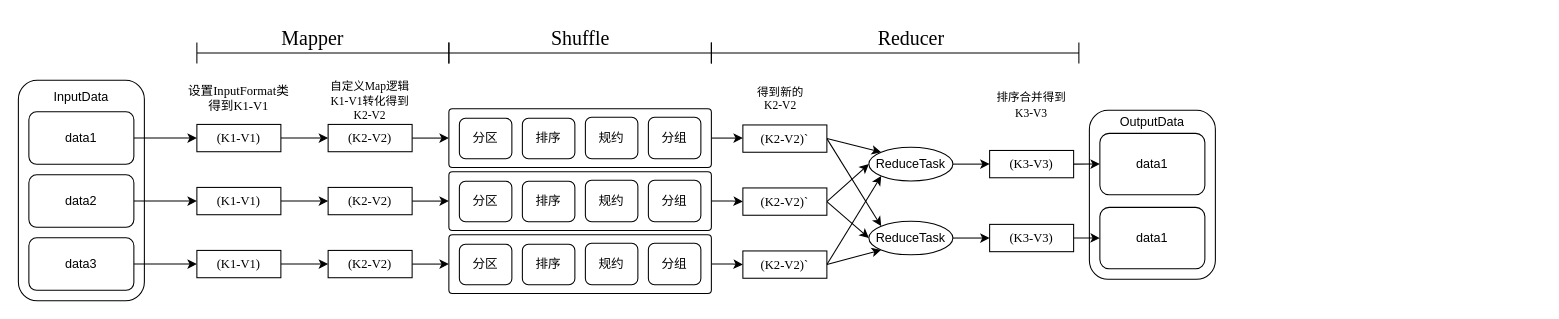
This is 2025/11/30/MapReduce基础项目——wordcount解析/未命名绘图.drawio from MinigolferCN/MinigolferCN.github.io, a draw.io file, before an edit. Source tidied: cells renumbered, new cells numbered last; positions are measured from the earlier drawing's top-left corner, leaving out a move shared by most shapes. Both pictures are drawn from the tidied source at 105%, with x=0, y=0 at pixel (18, 18).
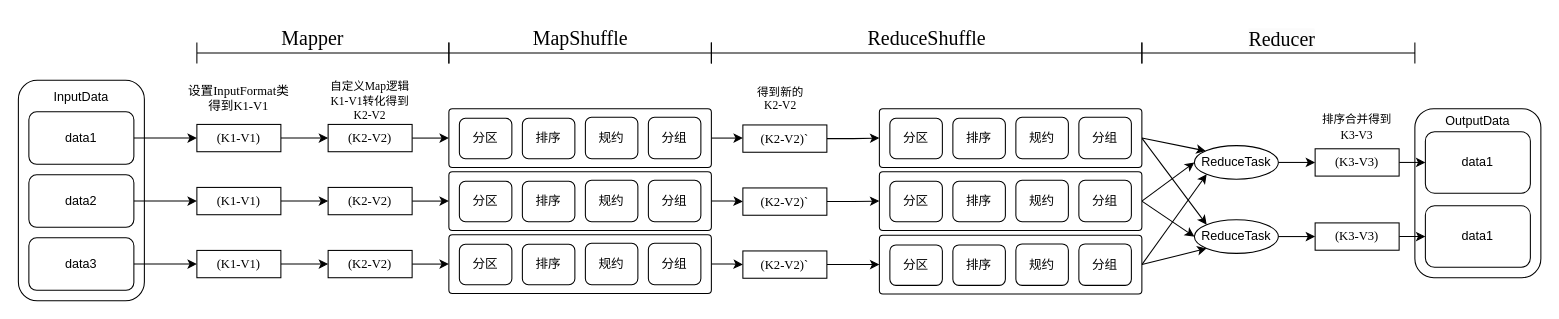
Above is the later version.

The change refers to these unchanged cells:
```xml
<mxCell id="45" value="(K2-V2)`" style="rounded=0;whiteSpace=wrap;html=1;fontFamily=Times New Roman;" parent="1" vertex="1">
  <mxGeometry x="690" y="101.5" width="80" height="26" as="geometry" />
</mxCell>
<mxCell id="48" value="(K2-V2)`" style="rounded=0;whiteSpace=wrap;html=1;fontFamily=Times New Roman;" parent="1" vertex="1">
  <mxGeometry x="690" y="161.5" width="80" height="26" as="geometry" />
</mxCell>
<mxCell id="51" value="(K2-V2)`" style="rounded=0;whiteSpace=wrap;html=1;fontFamily=Times New Roman;" parent="1" vertex="1">
  <mxGeometry x="690" y="221.5" width="80" height="26" as="geometry" />
</mxCell>
```

Diff of the diagram source:
```diff
@@
     <mxCell id="2" style="rounded=1;whiteSpace=wrap;html=1;" parent="1" vertex="1">
-      <mxGeometry x="1020" y="87.5" width="120" height="161" as="geometry" />
+      <mxGeometry x="1330" y="86" width="120" height="161" as="geometry" />
     </mxCell>
@@
-    <mxCell id="43" style="rounded=0;jettySize=auto;html=1;exitX=1;exitY=0.5;exitDx=0;exitDy=0;entryX=0;entryY=0;entryDx=0;entryDy=0;" parent="1" edge="1" source="45" target="54">
-      <mxGeometry relative="1" as="geometry" />
-    </mxCell>
-    <mxCell id="44" style="rounded=0;jettySize=auto;html=1;exitX=1;exitY=0.5;exitDx=0;exitDy=0;entryX=0;entryY=0;entryDx=0;entryDy=0;" parent="1" edge="1" source="45" target="56">
-      <mxGeometry relative="1" as="geometry" />
-    </mxCell>
+    <mxCell id="71" style="edgeStyle=orthogonalEdgeStyle;rounded=0;jettySize=auto;html=1;exitX=1;exitY=0.5;exitDx=0;exitDy=0;entryX=0;entryY=0.5;entryDx=0;entryDy=0;" parent="1" edge="1" source="45" target="90">
+      <mxGeometry relative="1" as="geometry" />
+    </mxCell>
@@
-    <mxCell id="46" style="rounded=0;jettySize=auto;html=1;exitX=1;exitY=0.5;exitDx=0;exitDy=0;entryX=0;entryY=0.5;entryDx=0;entryDy=0;" parent="1" edge="1" source="48" target="54">
-      <mxGeometry relative="1" as="geometry" />
-    </mxCell>
-    <mxCell id="47" style="rounded=0;jettySize=auto;html=1;exitX=1;exitY=0.5;exitDx=0;exitDy=0;entryX=0;entryY=0.5;entryDx=0;entryDy=0;" parent="1" edge="1" source="48" target="56">
-      <mxGeometry relative="1" as="geometry" />
-    </mxCell>
+    <mxCell id="72" style="edgeStyle=orthogonalEdgeStyle;rounded=0;jettySize=auto;html=1;exitX=1;exitY=0.5;exitDx=0;exitDy=0;entryX=0;entryY=0.5;entryDx=0;entryDy=0;" parent="1" edge="1" source="48" target="83">
+      <mxGeometry relative="1" as="geometry" />
+    </mxCell>
@@
-    <mxCell id="49" style="rounded=0;jettySize=auto;html=1;exitX=1;exitY=0.5;exitDx=0;exitDy=0;entryX=0;entryY=1;entryDx=0;entryDy=0;" parent="1" edge="1" source="51" target="54">
-      <mxGeometry relative="1" as="geometry" />
-    </mxCell>
-    <mxCell id="50" style="rounded=0;jettySize=auto;html=1;exitX=1;exitY=0.5;exitDx=0;exitDy=0;entryX=0;entryY=1;entryDx=0;entryDy=0;" parent="1" edge="1" source="51" target="56">
-      <mxGeometry relative="1" as="geometry" />
-    </mxCell>
+    <mxCell id="73" style="edgeStyle=orthogonalEdgeStyle;rounded=0;jettySize=auto;html=1;exitX=1;exitY=0.5;exitDx=0;exitDy=0;entryX=0;entryY=0.5;entryDx=0;entryDy=0;" parent="1" edge="1" source="51" target="76">
+      <mxGeometry relative="1" as="geometry" />
+    </mxCell>
@@
     <mxCell id="54" value="ReduceTask" style="ellipse;whiteSpace=wrap;html=1;" parent="1" vertex="1">
-      <mxGeometry x="810" y="122.8" width="80" height="32" as="geometry" />
+      <mxGeometry x="1120" y="121.2" width="80" height="32" as="geometry" />
     </mxCell>
@@
     <mxCell id="56" value="ReduceTask" style="ellipse;whiteSpace=wrap;html=1;" parent="1" vertex="1">
-      <mxGeometry x="810" y="193.2" width="80" height="32" as="geometry" />
+      <mxGeometry x="1120" y="191.8" width="80" height="32" as="geometry" />
     </mxCell>
@@
     <mxCell id="58" value="(K3-V3)" style="rounded=0;whiteSpace=wrap;html=1;fontFamily=Times New Roman;" parent="1" vertex="1">
-      <mxGeometry x="925" y="125.8" width="80" height="26" as="geometry" />
+      <mxGeometry x="1235" y="124.2" width="80" height="26" as="geometry" />
     </mxCell>
@@
     <mxCell id="60" value="(K3-V3)" style="rounded=0;whiteSpace=wrap;html=1;fontFamily=Times New Roman;" parent="1" vertex="1">
-      <mxGeometry x="925" y="196.2" width="80" height="26" as="geometry" />
+      <mxGeometry x="1235" y="194.8" width="80" height="26" as="geometry" />
     </mxCell>
     <mxCell id="61" value="&lt;span style=&quot;font-size: 11px;&quot;&gt;排序合并得到&lt;/span&gt;&lt;div&gt;&lt;span style=&quot;font-size: 11px;&quot;&gt;K3-V3&lt;/span&gt;&lt;/div&gt;" style="text;html=1;align=center;verticalAlign=middle;whiteSpace=wrap;rounded=0;fontFamily=Times New Roman;" parent="1" vertex="1">
-      <mxGeometry x="910" y="60" width="110" height="43" as="geometry" />
+      <mxGeometry x="1220" y="81.2" width="110" height="43" as="geometry" />
     </mxCell>
     <mxCell id="62" value="data1" style="rounded=1;whiteSpace=wrap;html=1;" parent="1" vertex="1">
-      <mxGeometry x="1030" y="109.5" width="100" height="58.5" as="geometry" />
+      <mxGeometry x="1340" y="108" width="100" height="58.5" as="geometry" />
     </mxCell>
     <mxCell id="63" value="OutputData" style="text;html=1;align=center;verticalAlign=middle;whiteSpace=wrap;rounded=0;" parent="1" vertex="1">
-      <mxGeometry x="1050" y="84" width="60" height="30" as="geometry" />
+      <mxGeometry x="1360" y="82.5" width="60" height="30" as="geometry" />
     </mxCell>
     <mxCell id="64" value="data1" style="rounded=1;whiteSpace=wrap;html=1;" parent="1" vertex="1">
-      <mxGeometry x="1030" y="180" width="100" height="58.5" as="geometry" />
+      <mxGeometry x="1340" y="178.5" width="100" height="58.5" as="geometry" />
     </mxCell>
@@
-    <mxCell id="68" value="&lt;font face=&quot;Times New Roman&quot; style=&quot;font-size: 19px;&quot;&gt;Shuffle&lt;/font&gt;" style="text;html=1;align=center;verticalAlign=middle;strokeColor=none;fillColor=none;fontSize=19;" parent="1" vertex="1">
-      <mxGeometry x="495" width="80" height="40" as="geometry" />
+    <mxCell id="68" value="&lt;font face=&quot;Times New Roman&quot; style=&quot;font-size: 19px;&quot;&gt;MapShuffle&lt;/font&gt;" style="text;html=1;align=center;verticalAlign=middle;strokeColor=none;fillColor=none;fontSize=19;" parent="1" vertex="1">
+      <mxGeometry x="480" width="110" height="40" as="geometry" />
     </mxCell>
     <mxCell id="69" style="shape=crossbar;whiteSpace=wrap;html=1;rounded=1;" parent="1" vertex="1">
-      <mxGeometry x="660" y="23" width="350" height="20" as="geometry" />
+      <mxGeometry x="660" y="23" width="410" height="20" as="geometry" />
     </mxCell>
-    <mxCell id="70" value="&lt;font face=&quot;Times New Roman&quot; style=&quot;font-size: 19px;&quot;&gt;Reducer&lt;/font&gt;" style="text;html=1;align=center;verticalAlign=middle;strokeColor=none;fillColor=none;fontSize=19;" parent="1" vertex="1">
-      <mxGeometry x="805" width="90" height="40" as="geometry" />
+    <mxCell id="70" value="&lt;font face=&quot;Times New Roman&quot; style=&quot;font-size: 19px;&quot;&gt;ReduceShuffle&lt;/font&gt;" style="text;html=1;align=center;verticalAlign=middle;strokeColor=none;fillColor=none;fontSize=19;" parent="1" vertex="1">
+      <mxGeometry x="795" width="140" height="40" as="geometry" />
     </mxCell>
+    <mxCell id="74" style="rounded=0;jettySize=auto;html=1;exitX=1;exitY=0.5;exitDx=0;exitDy=0;entryX=0;entryY=1;entryDx=0;entryDy=0;" parent="1" edge="1" source="76" target="56">
+      <mxGeometry relative="1" as="geometry" />
+    </mxCell>
+    <mxCell id="75" style="rounded=0;jettySize=auto;html=1;exitX=1;exitY=0.5;exitDx=0;exitDy=0;entryX=0;entryY=1;entryDx=0;entryDy=0;" parent="1" edge="1" source="76" target="54">
+      <mxGeometry relative="1" as="geometry" />
+    </mxCell>
+    <mxCell id="76" style="rounded=1;whiteSpace=wrap;html=1;arcSize=6;" parent="1" vertex="1">
+      <mxGeometry x="820" y="206.5" width="250" height="56" as="geometry" />
+    </mxCell>
+    <mxCell id="77" value="分区" style="rounded=1;whiteSpace=wrap;html=1;" parent="1" vertex="1">
+      <mxGeometry x="830" y="215.8" width="50" height="38.5" as="geometry" />
+    </mxCell>
+    <mxCell id="78" value="排序" style="rounded=1;whiteSpace=wrap;html=1;" parent="1" vertex="1">
+      <mxGeometry x="890" y="215.8" width="50" height="38.5" as="geometry" />
+    </mxCell>
+    <mxCell id="79" value="规约" style="rounded=1;whiteSpace=wrap;html=1;" parent="1" vertex="1">
+      <mxGeometry x="950" y="214.8" width="50" height="39.5" as="geometry" />
+    </mxCell>
+    <mxCell id="80" value="分组" style="rounded=1;whiteSpace=wrap;html=1;" parent="1" vertex="1">
+      <mxGeometry x="1010" y="214.8" width="50" height="39.5" as="geometry" />
+    </mxCell>
+    <mxCell id="81" style="rounded=0;jettySize=auto;html=1;exitX=1;exitY=0.5;exitDx=0;exitDy=0;entryX=0;entryY=0.5;entryDx=0;entryDy=0;" parent="1" edge="1" source="83" target="54">
+      <mxGeometry relative="1" as="geometry" />
+    </mxCell>
+    <mxCell id="82" style="rounded=0;jettySize=auto;html=1;exitX=1;exitY=0.5;exitDx=0;exitDy=0;entryX=0;entryY=0.5;entryDx=0;entryDy=0;" parent="1" edge="1" source="83" target="56">
+      <mxGeometry relative="1" as="geometry" />
+    </mxCell>
+    <mxCell id="83" style="rounded=1;whiteSpace=wrap;html=1;arcSize=6;" parent="1" vertex="1">
+      <mxGeometry x="820" y="146" width="250" height="56" as="geometry" />
+    </mxCell>
+    <mxCell id="84" value="分区" style="rounded=1;whiteSpace=wrap;html=1;" parent="1" vertex="1">
+      <mxGeometry x="830" y="155.2" width="50" height="38.5" as="geometry" />
+    </mxCell>
+    <mxCell id="85" value="排序" style="rounded=1;whiteSpace=wrap;html=1;" parent="1" vertex="1">
+      <mxGeometry x="890" y="155.2" width="50" height="38.5" as="geometry" />
+    </mxCell>
+    <mxCell id="86" value="规约" style="rounded=1;whiteSpace=wrap;html=1;" parent="1" vertex="1">
+      <mxGeometry x="950" y="154.2" width="50" height="39.5" as="geometry" />
+    </mxCell>
+    <mxCell id="87" value="分组" style="rounded=1;whiteSpace=wrap;html=1;" parent="1" vertex="1">
+      <mxGeometry x="1010" y="154.2" width="50" height="39.5" as="geometry" />
+    </mxCell>
+    <mxCell id="88" style="rounded=0;jettySize=auto;html=1;exitX=1;exitY=0.5;exitDx=0;exitDy=0;entryX=0;entryY=0;entryDx=0;entryDy=0;" parent="1" edge="1" source="90" target="54">
+      <mxGeometry relative="1" as="geometry" />
+    </mxCell>
+    <mxCell id="89" style="rounded=0;jettySize=auto;html=1;exitX=1;exitY=0.5;exitDx=0;exitDy=0;entryX=0;entryY=0;entryDx=0;entryDy=0;" parent="1" edge="1" source="90" target="56">
+      <mxGeometry relative="1" as="geometry" />
+    </mxCell>
+    <mxCell id="90" style="rounded=1;whiteSpace=wrap;html=1;arcSize=6;" parent="1" vertex="1">
+      <mxGeometry x="820" y="86" width="250" height="56" as="geometry" />
+    </mxCell>
+    <mxCell id="91" value="分区" style="rounded=1;whiteSpace=wrap;html=1;" parent="1" vertex="1">
+      <mxGeometry x="830" y="95.2" width="50" height="38.5" as="geometry" />
+    </mxCell>
+    <mxCell id="92" value="排序" style="rounded=1;whiteSpace=wrap;html=1;" parent="1" vertex="1">
+      <mxGeometry x="890" y="95.2" width="50" height="38.5" as="geometry" />
+    </mxCell>
+    <mxCell id="93" value="规约" style="rounded=1;whiteSpace=wrap;html=1;" parent="1" vertex="1">
+      <mxGeometry x="950" y="94.2" width="50" height="39.5" as="geometry" />
+    </mxCell>
+    <mxCell id="94" value="分组" style="rounded=1;whiteSpace=wrap;html=1;" parent="1" vertex="1">
+      <mxGeometry x="1010" y="94.2" width="50" height="39.5" as="geometry" />
+    </mxCell>
+    <mxCell id="95" style="shape=crossbar;whiteSpace=wrap;html=1;rounded=1;" parent="1" vertex="1">
+      <mxGeometry x="1070" y="23" width="260" height="20" as="geometry" />
+    </mxCell>
+    <mxCell id="96" value="&lt;span style=&quot;color: rgb(0, 0, 0); font-family: &amp;quot;Times New Roman&amp;quot;; font-size: 19px; font-style: normal; font-variant-ligatures: normal; font-variant-caps: normal; font-weight: 400; letter-spacing: normal; orphans: 2; text-align: center; text-indent: 0px; text-transform: none; widows: 2; word-spacing: 0px; -webkit-text-stroke-width: 0px; white-space: nowrap; background-color: rgb(251, 251, 251); text-decoration-thickness: initial; text-decoration-style: initial; text-decoration-color: initial; display: inline !important; float: none;&quot;&gt;Reducer&lt;/span&gt;" style="text;whiteSpace=wrap;html=1;" parent="1" vertex="1">
+      <mxGeometry x="1170" y="3.2" width="90" height="50" as="geometry" />
+    </mxCell>
```
